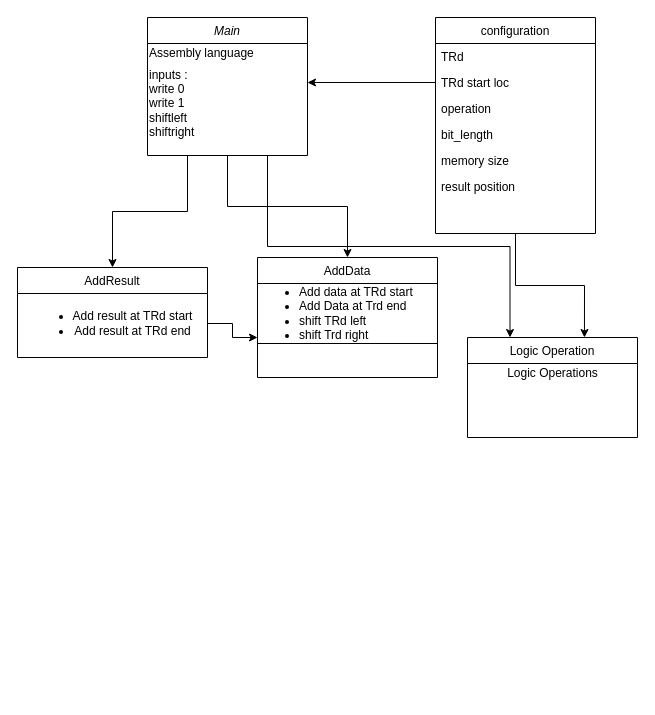
Above: ClassDiagram.drawio in Pitt-JonesLab/DWMsimulator (draw.io), before the change. Source tidied: cells renumbered, new cells numbered last; positions are measured from the earlier drawing's top-left corner, leaving out a move shared by most shapes. Both pictures are drawn from the tidied source at 100%, with x=0, y=0 at pixel (17, 17).
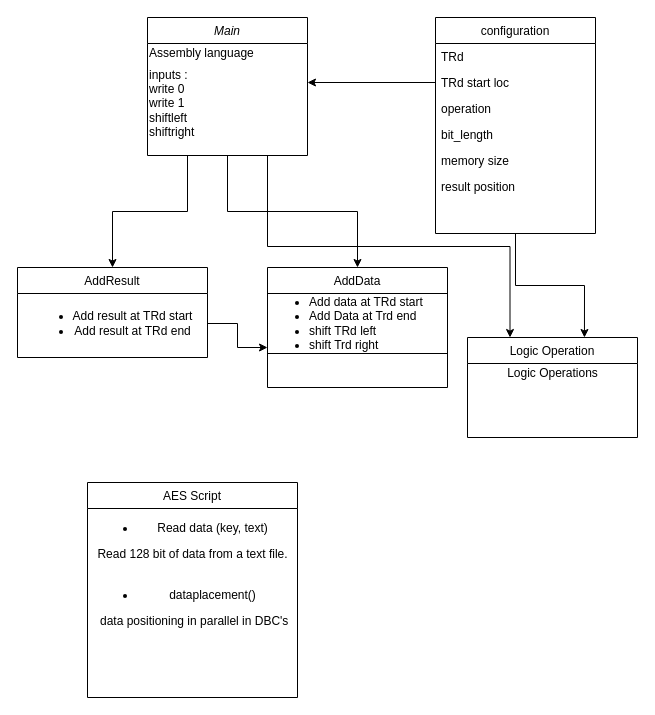
Above is the later version.

What changed in the source:
```diff
@@
     <mxCell id="10" value="AddData" style="swimlane;fontStyle=0;align=center;verticalAlign=top;horizontal=1;startSize=26;rounded=0;shadow=0;strokeWidth=1;" parent="1" vertex="1">
-      <mxGeometry x="240" y="240" width="180" height="120" as="geometry" />
+      <mxGeometry x="250" y="250" width="180" height="120" as="geometry" />
     </mxCell>
@@
+    <mxCell id="24" value="AES Script" style="swimlane;fontStyle=0;align=center;verticalAlign=top;horizontal=1;startSize=26;rounded=0;shadow=0;strokeWidth=1;" parent="1" vertex="1">
+      <mxGeometry x="70" y="465" width="210" height="215" as="geometry" />
+    </mxCell>
+    <mxCell id="25" value="&lt;ul&gt;&lt;li&gt;Read data (key, text)&lt;/li&gt;&lt;/ul&gt;Read 128 bit of data from a text file.&lt;br&gt;&lt;span&gt;&lt;br&gt;&lt;ul&gt;&lt;li&gt;&lt;span&gt;dataplacement()&lt;/span&gt;&lt;/li&gt;&lt;/ul&gt;&lt;/span&gt;&lt;span&gt;&amp;nbsp;data positioning in parallel in DBC's&lt;br&gt;&lt;/span&gt;" style="text;html=1;align=center;verticalAlign=middle;strokeColor=none;fillColor=none;" parent="24" vertex="1">
+      <mxGeometry y="26" width="210" height="120" as="geometry" />
+    </mxCell>
```
